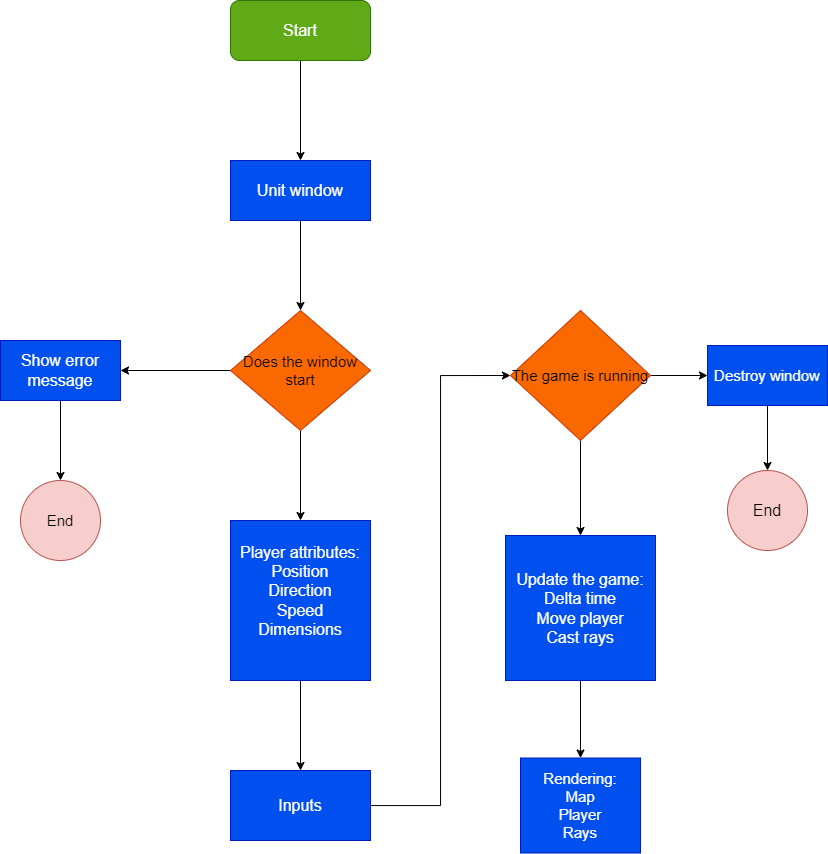
Earlier version of the draw.io export The-Maze-Project.png (dakhamohammed/The-Maze). Source tidied: cells renumbered, new cells last; positions are measured from the earlier drawing's top-left corner, leaving out a move shared by most shapes.
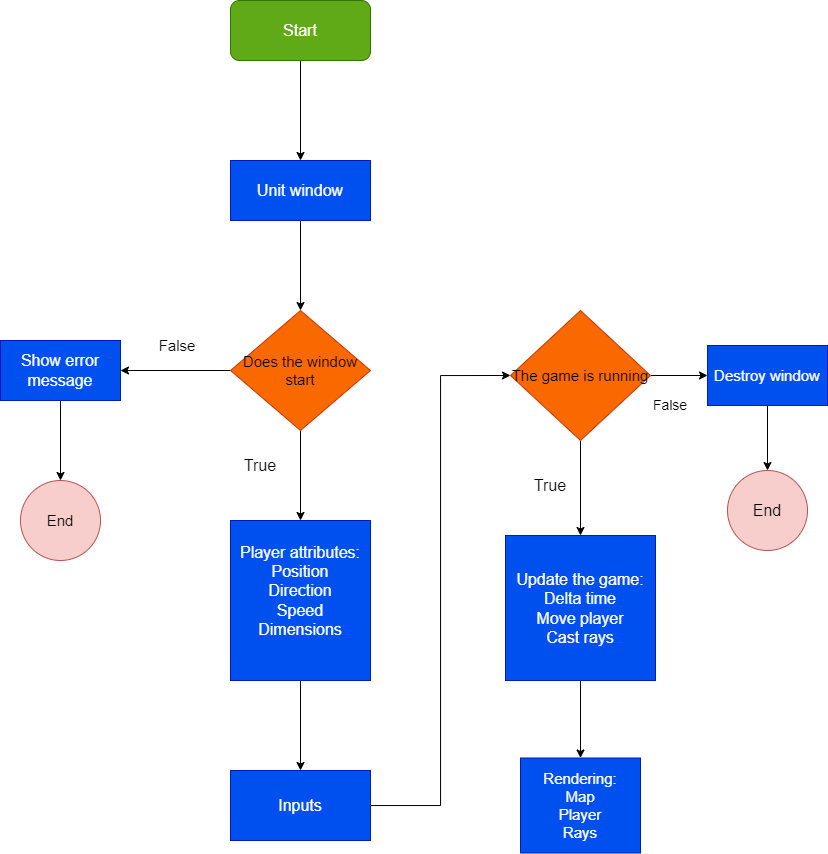
After the commit.

Commit message:
Update the game flowchart

Diff of the diagram source:
```diff
@@ -71,5 +71,17 @@
     <mxCell id="24" value="End" style="ellipse;whiteSpace=wrap;html=1;fillColor=#f8cecc;strokeColor=#b85450;fontSize=16;" parent="1" vertex="1">
       <mxGeometry x="727" y="470" width="80" height="80" as="geometry" />
     </mxCell>
+    <mxCell id="25" value="False" style="text;html=1;align=center;verticalAlign=middle;whiteSpace=wrap;rounded=0;fontSize=15;" parent="1" vertex="1">
+      <mxGeometry x="147" y="330" width="60" height="30" as="geometry" />
+    </mxCell>
+    <mxCell id="26" value="True" style="text;html=1;align=center;verticalAlign=middle;whiteSpace=wrap;rounded=0;fontSize=16;" parent="1" vertex="1">
+      <mxGeometry x="230" y="450" width="60" height="30" as="geometry" />
+    </mxCell>
+    <mxCell id="27" value="False" style="text;html=1;align=center;verticalAlign=middle;whiteSpace=wrap;rounded=0;fontSize=14;" parent="1" vertex="1">
+      <mxGeometry x="640" y="390" width="60" height="30" as="geometry" />
+    </mxCell>
+    <mxCell id="28" value="True" style="text;html=1;align=center;verticalAlign=middle;whiteSpace=wrap;rounded=0;fontSize=16;" parent="1" vertex="1">
+      <mxGeometry x="520" y="470" width="60" height="30" as="geometry" />
+    </mxCell>
   </root>
 </mxGraphModel>
```
